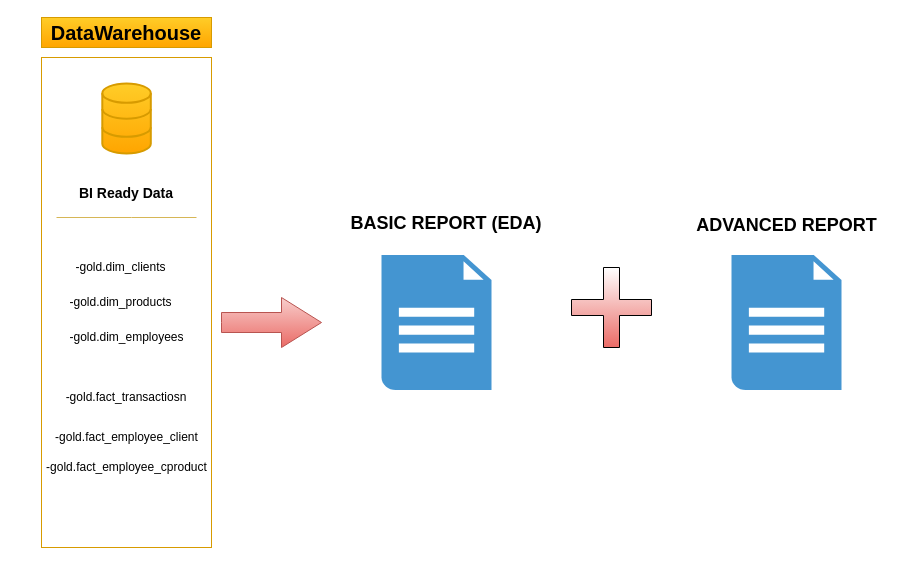
Before: visual_documentation/drawio/report structure.drawio in theodorosmalezidis/Investment_Firm_Analytics, a draw.io diagram. Source tidied: cells renumbered, new cells numbered last; positions are measured from the earlier drawing's top-left corner, leaving out a move shared by most shapes. Both pictures are drawn from the tidied source at 100%, with x=0, y=0 at pixel (17, 17).
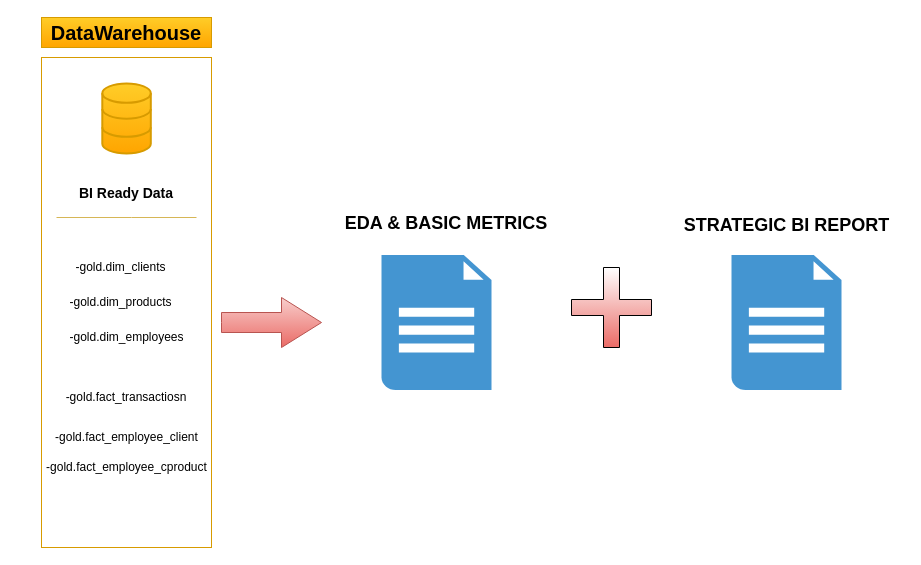
Above is the later version.

Change to the diagram source:
```diff
@@
-    <mxCell id="16" value="&lt;span style=&quot;font-size: 18px; font-weight: 700;&quot;&gt;ADVANCED REPORT&lt;/span&gt;" style="text;html=1;align=center;verticalAlign=middle;whiteSpace=wrap;rounded=0;" parent="1" vertex="1">
+    <mxCell id="16" value="&lt;span style=&quot;font-size: 18px; font-weight: 700;&quot;&gt;STRATEGIC BI REPORT&lt;/span&gt;" style="text;html=1;align=center;verticalAlign=middle;whiteSpace=wrap;rounded=0;" parent="1" vertex="1">
       <mxGeometry x="651.5" y="177.5" width="235" height="60" as="geometry" />
     </mxCell>
-    <mxCell id="17" value="&lt;span style=&quot;font-size: 18px; font-weight: 700;&quot;&gt;BASIC REPORT (EDA)&lt;/span&gt;" style="text;html=1;align=center;verticalAlign=middle;whiteSpace=wrap;rounded=0;" parent="1" vertex="1">
+    <mxCell id="17" value="&lt;span style=&quot;font-size: 18px; font-weight: 700;&quot;&gt;EDA &amp;amp; BASIC METRICS&lt;/span&gt;" style="text;html=1;align=center;verticalAlign=middle;whiteSpace=wrap;rounded=0;" parent="1" vertex="1">
       <mxGeometry x="324" y="190.5" width="210" height="30" as="geometry" />
     </mxCell>
```
